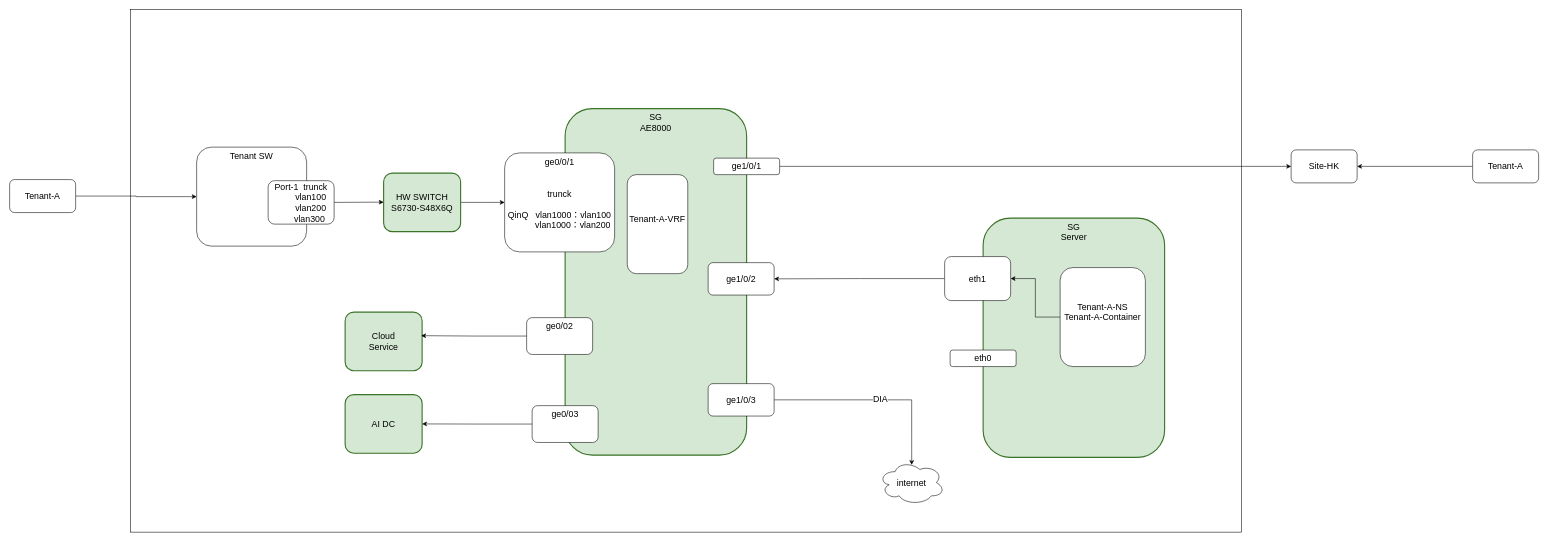
The draw.io diagram page "Overlay-tenant" (5 of 6) of arc.drawio in seansuming/ags-sdn-arc, before the edit. Source tidied: cells renumbered, new cells numbered last; positions are measured from the earlier drawing's top-left corner, leaving out a move shared by most shapes. Both pictures are drawn from the tidied source at 55%, with x=0, y=0 at pixel (9, 9).
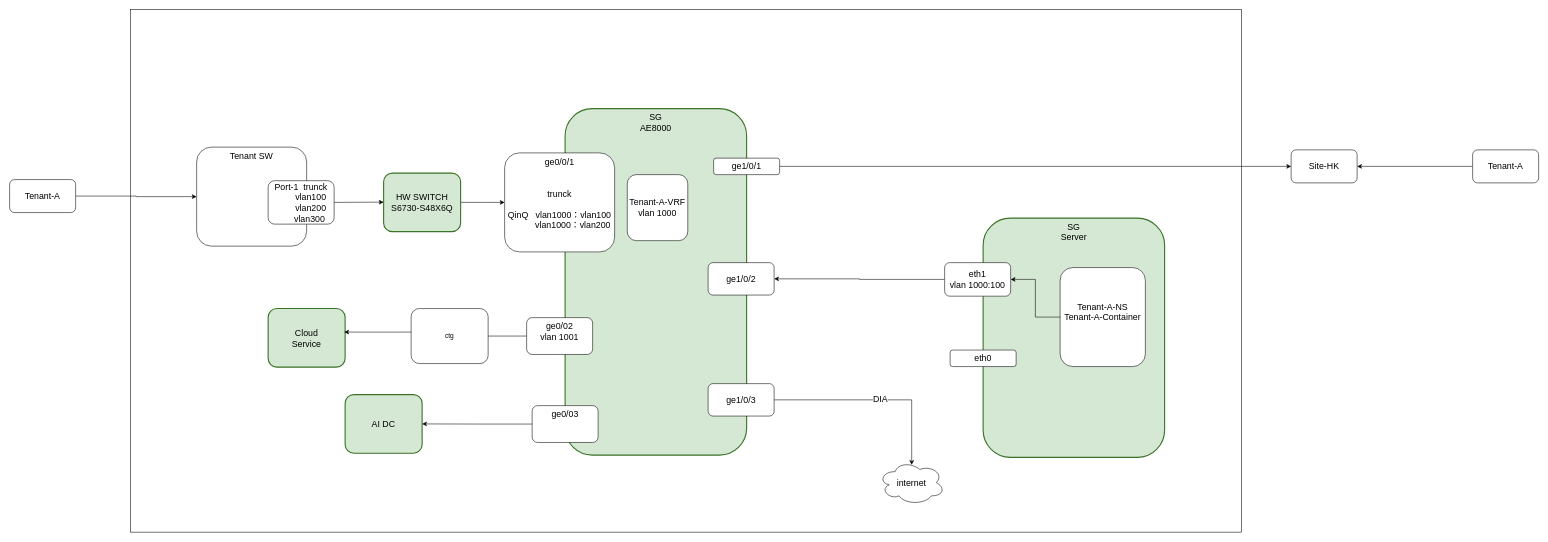
Above is the later version.

The edit, as a diff of the source:
```diff
@@
-    <mxCell id="5" value="ge0/02" style="rounded=1;whiteSpace=wrap;html=1;verticalAlign=top;fontSize=16;" parent="1" vertex="1">
+    <mxCell id="5" value="ge0/02&lt;div&gt;vlan 1001&lt;/div&gt;" style="rounded=1;whiteSpace=wrap;html=1;verticalAlign=top;fontSize=16;" parent="1" vertex="1">
       <mxGeometry x="940" y="560" width="120" height="67" as="geometry" />
     </mxCell>
     <mxCell id="6" value="Cloud&lt;div&gt;Service&lt;/div&gt;" style="rounded=1;whiteSpace=wrap;html=1;fillColor=#d5e8d4;strokeColor=#3a7227;strokeWidth=2;fontSize=16;" parent="1" vertex="1">
-      <mxGeometry x="610" y="550" width="140" height="106.5" as="geometry" />
+      <mxGeometry x="470" y="543.5" width="140" height="106.5" as="geometry" />
     </mxCell>
@@
-    <mxCell id="12" value="eth1" style="rounded=1;whiteSpace=wrap;html=1;fontSize=16;" parent="1" vertex="1">
-      <mxGeometry x="1700" y="449" width="120" height="80" as="geometry" />
+    <mxCell id="12" value="eth1&lt;div&gt;vlan 1000:100&lt;/div&gt;" style="rounded=1;whiteSpace=wrap;html=1;fontSize=16;" parent="1" vertex="1">
+      <mxGeometry x="1700" y="460" width="120" height="61" as="geometry" />
     </mxCell>
@@
-    <mxCell id="32" value="&lt;div&gt;Tenant-A-VRF&lt;/div&gt;&lt;div&gt;&lt;div&gt;&lt;br&gt;&lt;/div&gt;&lt;/div&gt;" style="rounded=1;whiteSpace=wrap;html=1;fontSize=16;" parent="1" vertex="1">
-      <mxGeometry x="1123" y="300" width="110" height="180" as="geometry" />
+    <mxCell id="32" value="&lt;div&gt;Tenant-A-VRF&lt;/div&gt;&lt;div&gt;&lt;div&gt;vlan 1000&lt;/div&gt;&lt;/div&gt;" style="rounded=1;whiteSpace=wrap;html=1;fontSize=16;" parent="1" vertex="1">
+      <mxGeometry x="1123" y="300" width="110" height="120" as="geometry" />
     </mxCell>
@@
+    <mxCell id="35" value="ctg" style="rounded=1;whiteSpace=wrap;html=1;" parent="1" vertex="1">
+      <mxGeometry x="730" y="543.5" width="140" height="100" as="geometry" />
+    </mxCell>
```
